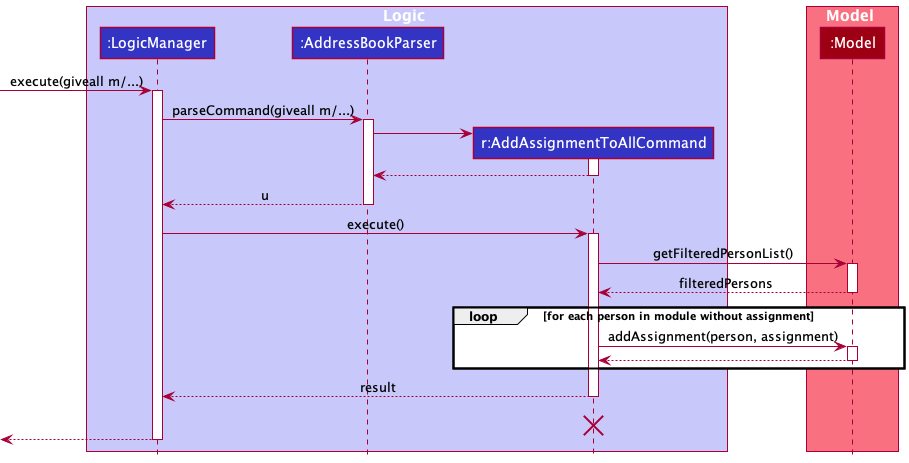
Earlier version of the PlantUML export docs/images/GiveAllSequenceDiagram.png (qinguorui2001/tp). Its diagram source:
```plantuml
@startuml
!include style.puml

box Logic LOGIC_COLOR_T1
participant ":LogicManager" as LogicManager LOGIC_COLOR
participant ":AddressBookParser" as AddressBookParser LOGIC_COLOR
participant "r:AddAssignmentToAllCommand" as AddAssignmentToAllCommand LOGIC_COLOR
end box

box Model MODEL_COLOR_T1
participant ":Model" as Model MODEL_COLOR
end box

[-> LogicManager : execute(giveall m/...)
activate LogicManager

LogicManager -> AddressBookParser : parseCommand(giveall m/...)
activate AddressBookParser

create AddAssignmentToAllCommand
AddressBookParser -> AddAssignmentToAllCommand
activate AddAssignmentToAllCommand

AddAssignmentToAllCommand --> AddressBookParser
deactivate AddAssignmentToAllCommand

AddressBookParser --> LogicManager : u
deactivate AddressBookParser

LogicManager -> AddAssignmentToAllCommand : execute()
activate AddAssignmentToAllCommand

AddAssignmentToAllCommand -> Model : getFilteredPersonList()
activate Model

Model --> AddAssignmentToAllCommand : filteredPersons
deactivate Model

loop for each person in module without assignment
    AddAssignmentToAllCommand -> Model : addAssignment(person, assignment)
    activate Model

    Model --> AddAssignmentToAllCommand
        deactivate Model

end
AddAssignmentToAllCommand --> LogicManager : result
deactivate AddAssignmentToAllCommand
AddAssignmentToAllCommand -[hidden]-> LogicManager : result
destroy AddAssignmentToAllCommand

[<--LogicManager
deactivate LogicManager
@enduml
```
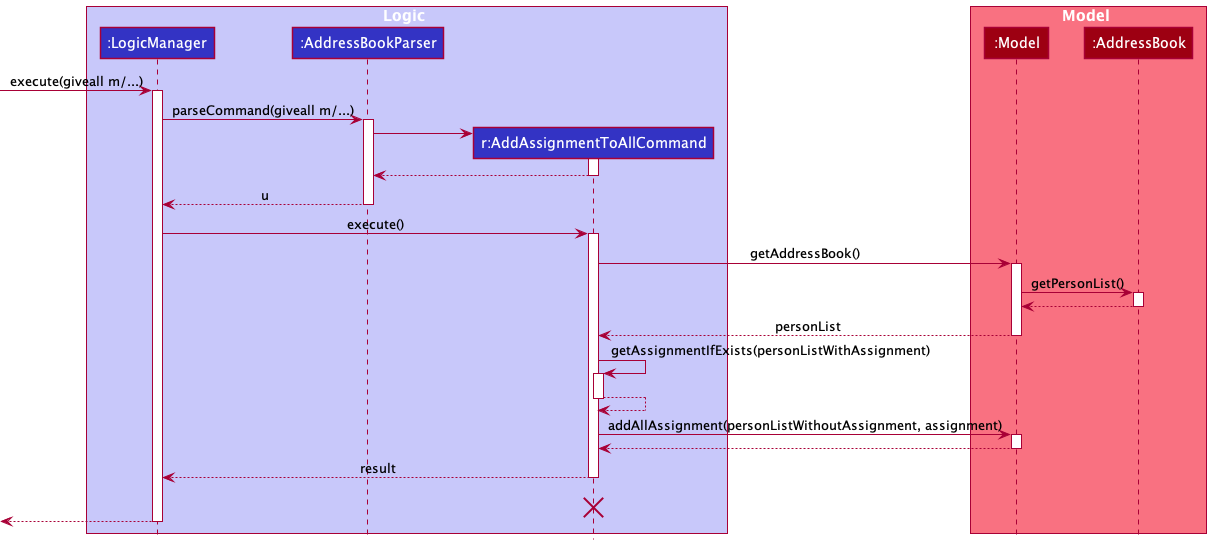
The same file after the commit.

Change to the diagram source:
```diff
@@ -9,7 +9,9 @@
 
 box Model MODEL_COLOR_T1
 participant ":Model" as Model MODEL_COLOR
+participant ":AddressBook" as AddressBook MODEL_COLOR
 end box
+
 
 [-> LogicManager : execute(giveall m/...)
 activate LogicManager
@@ -30,20 +32,32 @@
 LogicManager -> AddAssignmentToAllCommand : execute()
 activate AddAssignmentToAllCommand
 
-AddAssignmentToAllCommand -> Model : getFilteredPersonList()
+AddAssignmentToAllCommand -> Model : getAddressBook()
 activate Model
 
-Model --> AddAssignmentToAllCommand : filteredPersons
+Model -> AddressBook : getPersonList()
+activate AddressBook
+
+AddressBook --> Model
+deactivate AddressBook
+
+Model --> AddAssignmentToAllCommand : personList
 deactivate Model
 
-loop for each person in module without assignment
-    AddAssignmentToAllCommand -> Model : addAssignment(person, assignment)
-    activate Model
+AddAssignmentToAllCommand -> AddAssignmentToAllCommand : getAssignmentIfExists(personListWithAssignment)
+activate AddAssignmentToAllCommand
 
-    Model --> AddAssignmentToAllCommand
-        deactivate Model
+AddAssignmentToAllCommand --> AddAssignmentToAllCommand
+deactivate AddAssignmentToAllCommand
 
-end
+
+AddAssignmentToAllCommand -> Model : addAllAssignment(personListWithoutAssignment, assignment)
+activate Model
+
+Model --> AddAssignmentToAllCommand
+deactivate Model
+
+
 AddAssignmentToAllCommand --> LogicManager : result
 deactivate AddAssignmentToAllCommand
 AddAssignmentToAllCommand -[hidden]-> LogicManager : result
```
